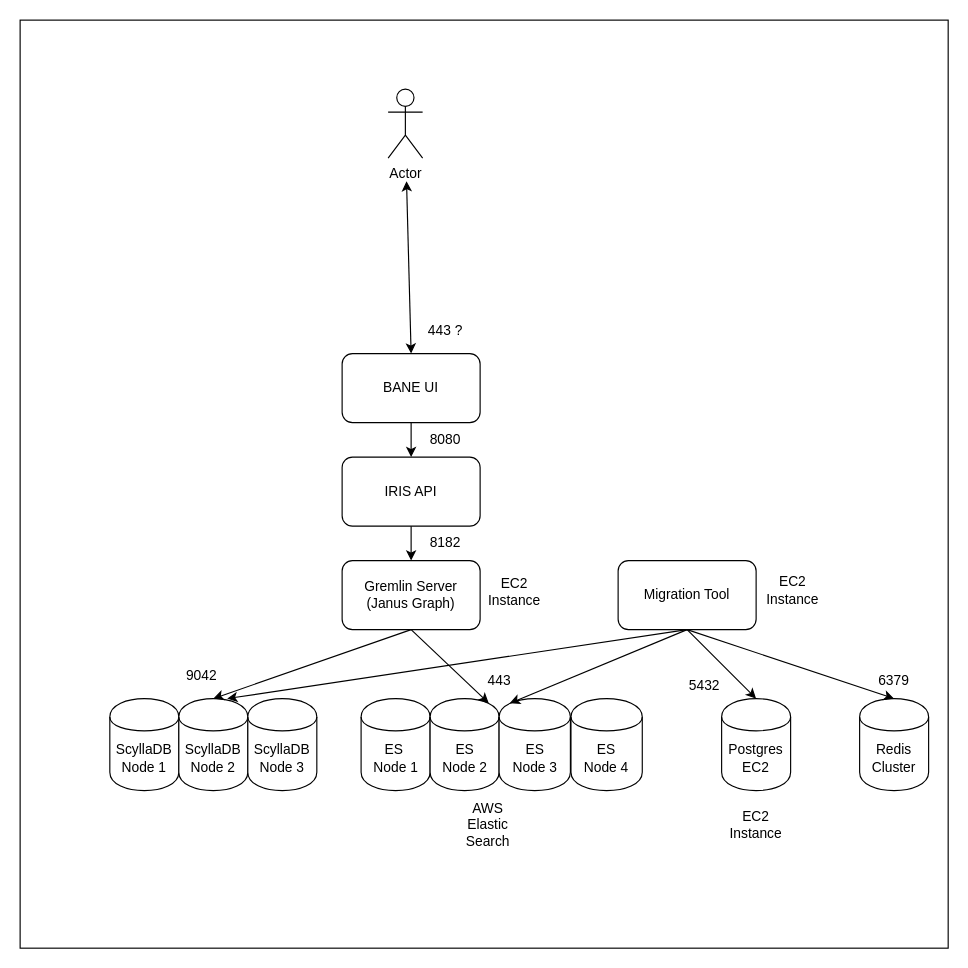
Above: BANE-JanusGraph.drawio in rsgaikwad/janusgraph (draw.io), before the change. Source tidied: cells renumbered, new cells numbered last; positions are measured from the earlier drawing's top-left corner, leaving out a move shared by most shapes. Both pictures are drawn from the tidied source at 115%, with x=0, y=0 at pixel (20, 20).
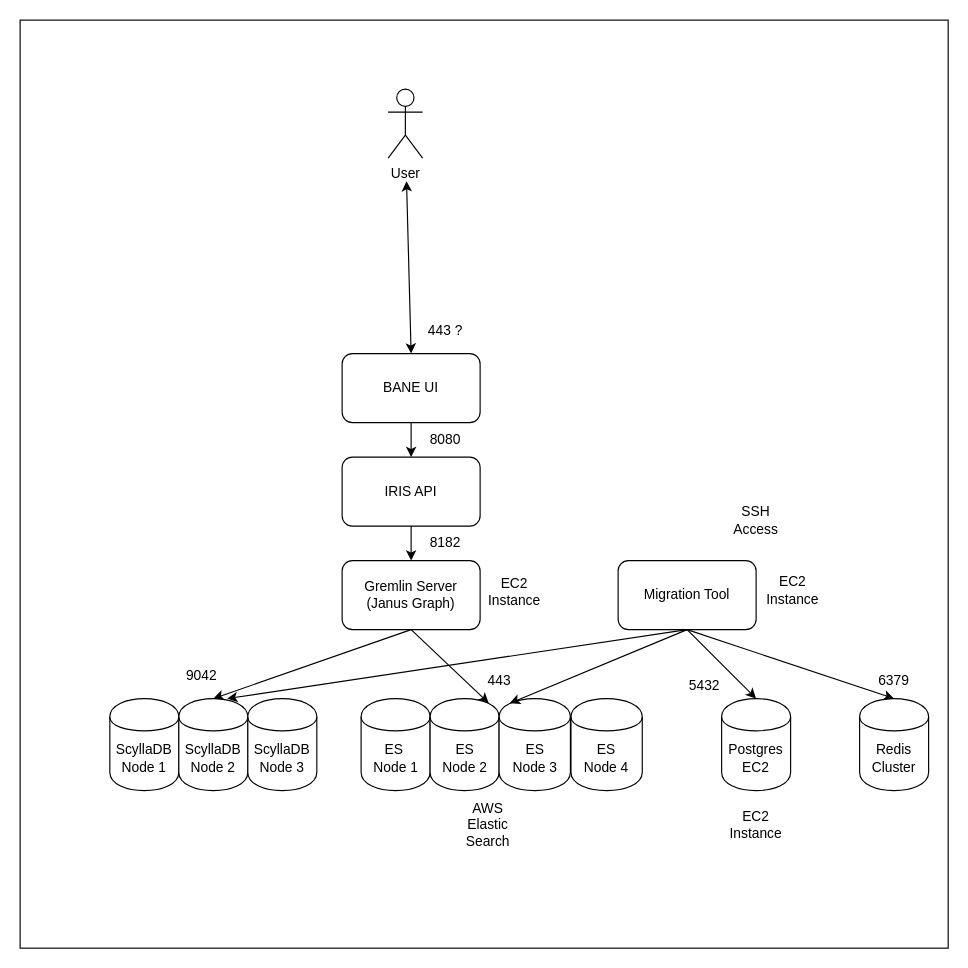
Above is the later version.

Change to the diagram source:
```diff
@@
-    <mxCell id="13" value="Actor" style="shape=umlActor;verticalLabelPosition=bottom;labelBackgroundColor=#ffffff;verticalAlign=top;html=1;" parent="1" vertex="1">
+    <mxCell id="13" value="User" style="shape=umlActor;verticalLabelPosition=bottom;labelBackgroundColor=#ffffff;verticalAlign=top;html=1;" parent="1" vertex="1">
       <mxGeometry x="320" y="60" width="30" height="60" as="geometry" />
     </mxCell>
@@
+    <mxCell id="37" value="SSH Access" style="text;html=1;strokeColor=none;fillColor=none;align=center;verticalAlign=middle;whiteSpace=wrap;rounded=0;" parent="1" vertex="1">
+      <mxGeometry x="620" y="425" width="40" height="20" as="geometry" />
+    </mxCell>
```
